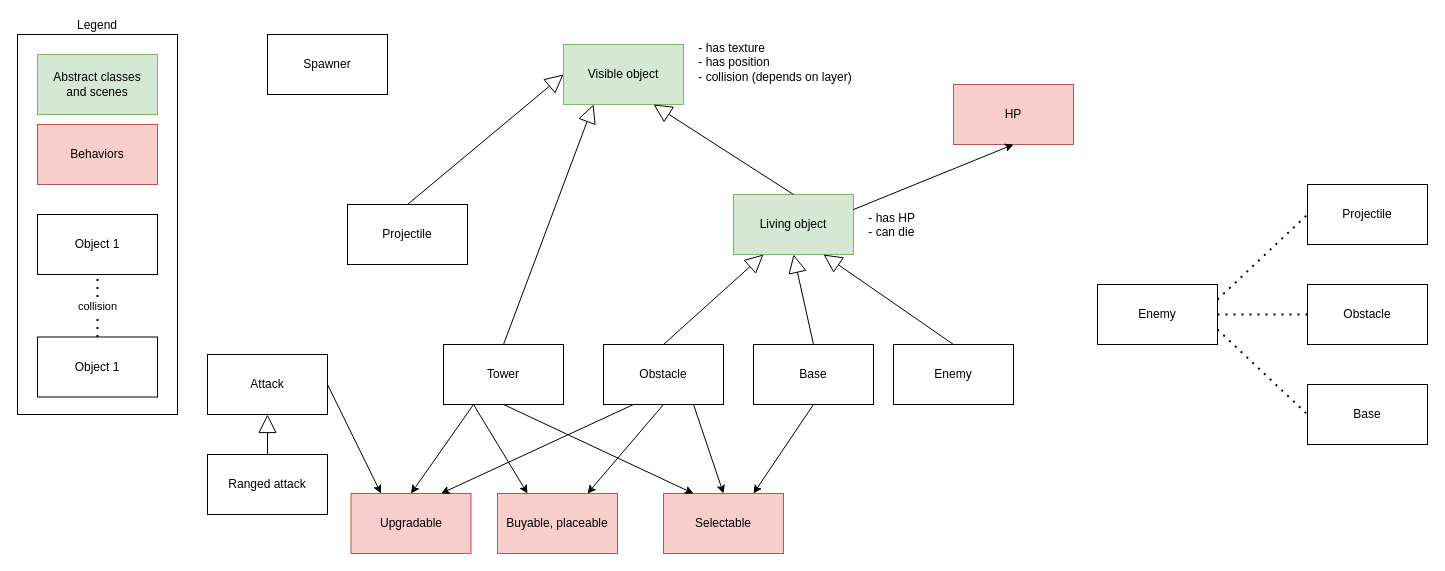
Earlier version of the draw.io diagram doc/core-entities.drawio (Cajova-Houba/tower-defense-attempt-1). Source tidied: cells renumbered, new cells numbered last; positions are measured from the earlier drawing's top-left corner, leaving out a move shared by most shapes. Both pictures are drawn from the tidied source at 100%, with x=0, y=0 at pixel (17, 34).
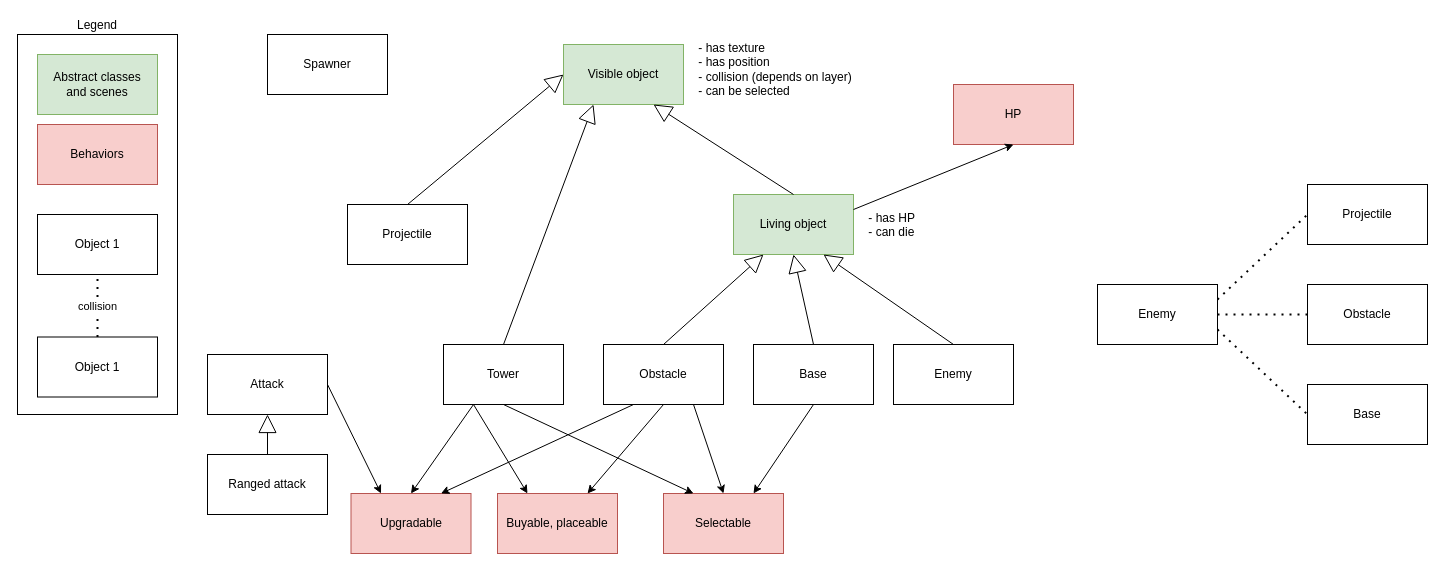
Above is the later version.

What changed in the source:
```diff
@@
-    <mxCell id="20" value="&amp;nbsp;- has texture&lt;br&gt;&amp;nbsp;- has position&lt;br&gt;&amp;nbsp;- collision (depends on layer)" style="text;html=1;strokeColor=none;fillColor=none;align=left;verticalAlign=top;whiteSpace=wrap;rounded=0;labelPosition=center;verticalLabelPosition=middle;" parent="1" vertex="1">
+    <mxCell id="20" value="&amp;nbsp;- has texture&lt;br&gt;&amp;nbsp;- has position&lt;br&gt;&amp;nbsp;- collision (depends on layer)&lt;br&gt;&amp;nbsp;- can be selected" style="text;html=1;strokeColor=none;fillColor=none;align=left;verticalAlign=top;whiteSpace=wrap;rounded=0;labelPosition=center;verticalLabelPosition=middle;" parent="1" vertex="1">
       <mxGeometry x="676" width="250" height="120" as="geometry" />
     </mxCell>
```
